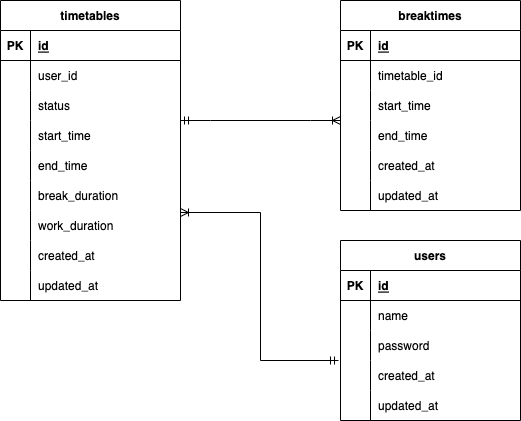
Before: src/resources/docs/er_diagram.drawio.png, a diagram exported from draw.io (chie-ichi/trial01). Source tidied: cells renumbered, new cells last; positions are measured from the earlier drawing's top-left corner, leaving out a move shared by most shapes.
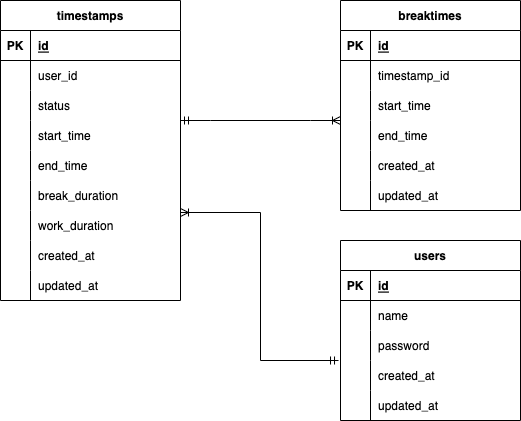
The same diagram one commit later.

The edit, as a diff of the source:
```diff
@@ -2,7 +2,7 @@
   <root>
     <mxCell id="0" />
     <mxCell id="1" parent="0" />
-    <mxCell id="2" value="timetables" style="shape=table;startSize=30;rowLines=0;fontStyle=1;align=center;" parent="1" vertex="1">
+    <mxCell id="2" value="timestamps" style="shape=table;startSize=30;rowLines=0;fontStyle=1;align=center;" parent="1" vertex="1">
       <mxGeometry width="180" height="300" as="geometry" />
     </mxCell>
     <mxCell id="3" style="shape=tableRow;horizontal=0;startSize=0;swimlaneHead=0;swimlaneBody=0;fillColor=none;top=0;left=0;right=0;bottom=1;" parent="2" vertex="1">
@@ -104,7 +104,7 @@
     <mxCell id="35" style="shape=partialRectangle;fillColor=none;top=0;left=0;bottom=0;right=0;overflow=hidden;" parent="34" vertex="1">
       <mxGeometry width="30" height="30" as="geometry" />
     </mxCell>
-    <mxCell id="36" value="timetable_id" style="shape=partialRectangle;fillColor=none;top=0;left=0;bottom=0;right=0;align=left;spacingLeft=6;overflow=hidden;" parent="34" vertex="1">
+    <mxCell id="36" value="timestamp_id" style="shape=partialRectangle;fillColor=none;top=0;left=0;bottom=0;right=0;align=left;spacingLeft=6;overflow=hidden;" parent="34" vertex="1">
       <mxGeometry x="30" width="150" height="30" as="geometry" />
     </mxCell>
     <mxCell id="37" style="shape=tableRow;horizontal=0;startSize=0;swimlaneHead=0;swimlaneBody=0;fillColor=none;top=0;left=0;right=0;bottom=0;" parent="30" vertex="1">
```
